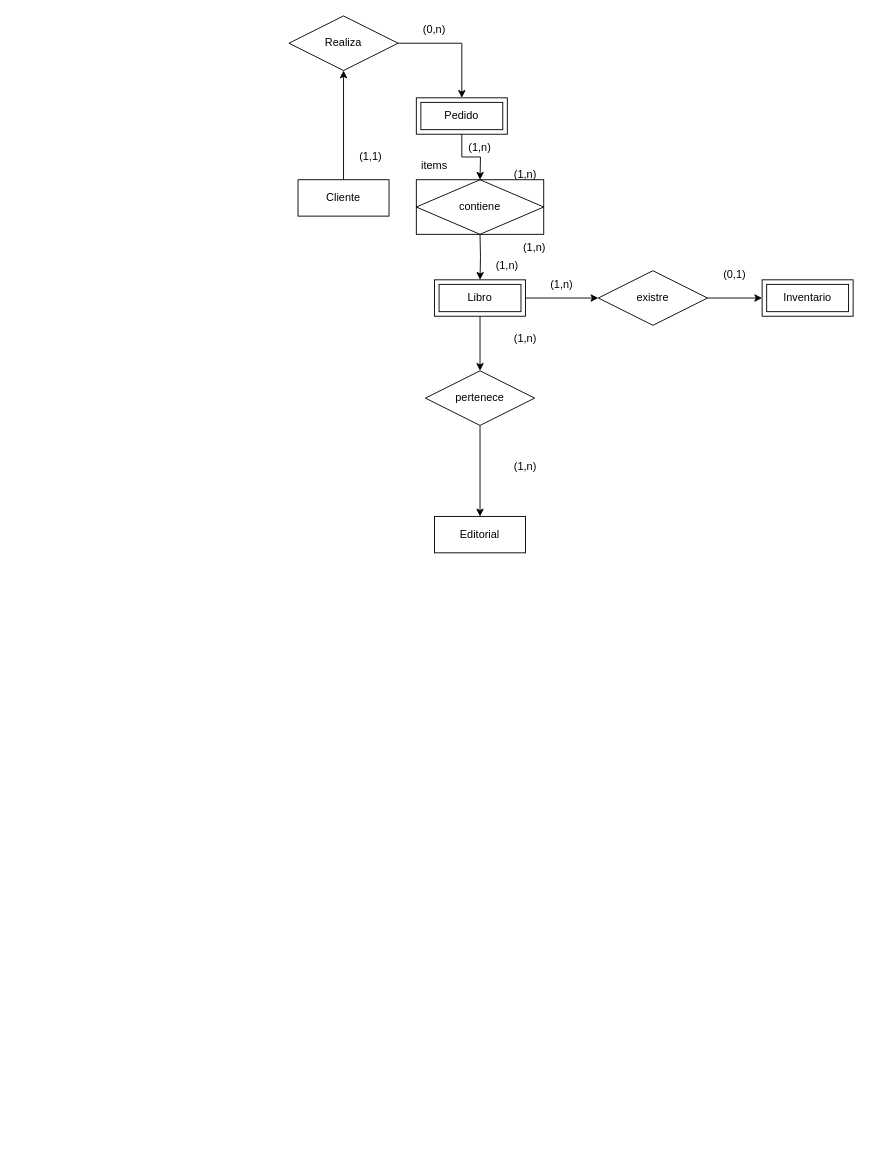
lucaperez123/CursoAlura keeps this draw.io diagram as Manejo de bases de datos.drawio. Above is the earlier version. Source tidied: cells renumbered, new cells numbered last; positions are measured from the earlier drawing's top-left corner, leaving out a move shared by most shapes. Both pictures are drawn from the tidied source at 91%, with x=0, y=0 at pixel (288, 15).
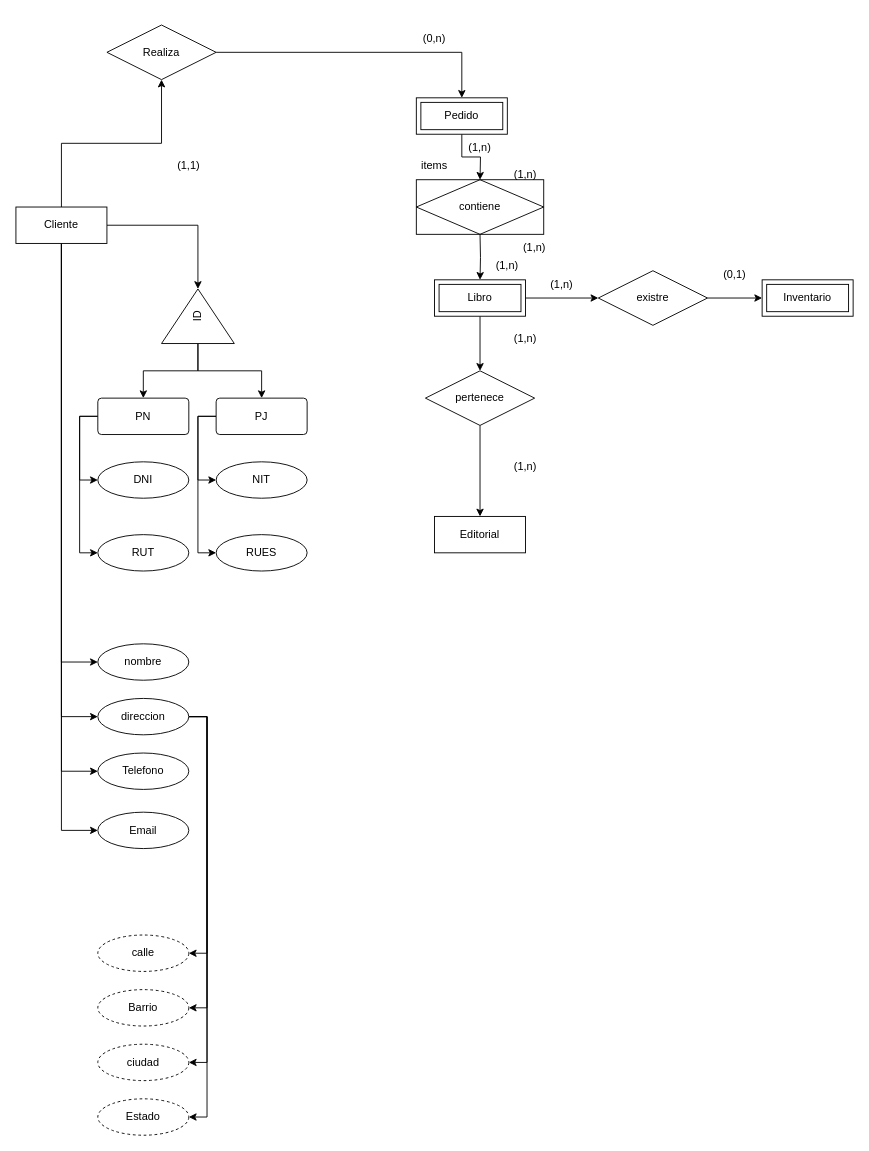
After the change.

Commit message:
agregamos atributos a persona juridica yt personal normal

What changed in the source:
```diff
@@
+    <mxCell id="30" style="edgeStyle=orthogonalEdgeStyle;rounded=0;jettySize=auto;html=1;exitX=0.5;exitY=1;exitDx=0;exitDy=0;entryX=0;entryY=0.5;entryDx=0;entryDy=0;" parent="1" edge="1" source="3" target="35">
+      <mxGeometry relative="1" as="geometry" />
+    </mxCell>
+    <mxCell id="31" style="edgeStyle=orthogonalEdgeStyle;rounded=0;jettySize=auto;html=1;exitX=0.5;exitY=1;exitDx=0;exitDy=0;entryX=0;entryY=0.5;entryDx=0;entryDy=0;" parent="1" edge="1" source="3" target="40">
+      <mxGeometry relative="1" as="geometry" />
+    </mxCell>
+    <mxCell id="32" style="edgeStyle=orthogonalEdgeStyle;rounded=0;jettySize=auto;html=1;entryX=0;entryY=0.5;entryDx=0;entryDy=0;" parent="1" edge="1" source="3" target="41">
+      <mxGeometry relative="1" as="geometry" />
+    </mxCell>
+    <mxCell id="33" style="edgeStyle=orthogonalEdgeStyle;rounded=0;jettySize=auto;html=1;exitX=0.5;exitY=1;exitDx=0;exitDy=0;entryX=0;entryY=0.5;entryDx=0;entryDy=0;" parent="1" edge="1" source="3" target="42">
+      <mxGeometry relative="1" as="geometry" />
+    </mxCell>
+    <mxCell id="34" style="edgeStyle=orthogonalEdgeStyle;rounded=0;jettySize=auto;html=1;exitX=1;exitY=0.5;exitDx=0;exitDy=0;entryX=1;entryY=0.5;entryDx=0;entryDy=0;" parent="1" edge="1" source="3" target="49">
+      <mxGeometry relative="1" as="geometry" />
+    </mxCell>
     <mxCell id="3" value="Cliente" style="whiteSpace=wrap;html=1;align=center;" parent="1" vertex="1">
-      <mxGeometry x="10" y="180" width="100" height="40" as="geometry" />
+      <mxGeometry x="-300" y="210" width="100" height="40" as="geometry" />
     </mxCell>
@@
     <mxCell id="12" value="Realiza" style="shape=rhombus;perimeter=rhombusPerimeter;whiteSpace=wrap;html=1;align=center;" parent="1" vertex="1">
-      <mxGeometry width="120" height="60" as="geometry" />
+      <mxGeometry x="-200" y="10" width="120" height="60" as="geometry" />
     </mxCell>
     <mxCell id="13" value="(1,1)" style="text;html=1;align=center;verticalAlign=middle;whiteSpace=wrap;rounded=0;" parent="1" vertex="1">
-      <mxGeometry x="60" y="140" width="60" height="30" as="geometry" />
+      <mxGeometry x="-140" y="150" width="60" height="30" as="geometry" />
     </mxCell>
     <mxCell id="14" value="(0,n)" style="text;html=1;align=center;verticalAlign=middle;whiteSpace=wrap;rounded=0;" parent="1" vertex="1">
-      <mxGeometry x="130" width="60" height="30" as="geometry" />
+      <mxGeometry x="130" y="10" width="60" height="30" as="geometry" />
     </mxCell>
@@
+    <mxCell id="35" value="nombre" style="ellipse;whiteSpace=wrap;html=1;align=center;" parent="1" vertex="1">
+      <mxGeometry x="-210" y="690" width="100" height="40" as="geometry" />
+    </mxCell>
+    <mxCell id="36" style="edgeStyle=orthogonalEdgeStyle;rounded=0;jettySize=auto;html=1;exitX=1;exitY=0.5;exitDx=0;exitDy=0;entryX=1;entryY=0.5;entryDx=0;entryDy=0;" parent="1" edge="1" source="40" target="43">
+      <mxGeometry relative="1" as="geometry" />
+    </mxCell>
+    <mxCell id="37" style="edgeStyle=orthogonalEdgeStyle;rounded=0;jettySize=auto;html=1;exitX=1;exitY=0.5;exitDx=0;exitDy=0;entryX=1;entryY=0.5;entryDx=0;entryDy=0;" parent="1" edge="1" source="40" target="44">
+      <mxGeometry relative="1" as="geometry" />
+    </mxCell>
+    <mxCell id="38" style="edgeStyle=orthogonalEdgeStyle;rounded=0;jettySize=auto;html=1;exitX=1;exitY=0.5;exitDx=0;exitDy=0;entryX=1;entryY=0.5;entryDx=0;entryDy=0;" parent="1" edge="1" source="40" target="45">
+      <mxGeometry relative="1" as="geometry" />
+    </mxCell>
+    <mxCell id="39" style="edgeStyle=orthogonalEdgeStyle;rounded=0;jettySize=auto;html=1;exitX=1;exitY=0.5;exitDx=0;exitDy=0;entryX=1;entryY=0.5;entryDx=0;entryDy=0;" parent="1" edge="1" source="40" target="46">
+      <mxGeometry relative="1" as="geometry" />
+    </mxCell>
+    <mxCell id="40" value="direccion" style="ellipse;whiteSpace=wrap;html=1;align=center;" parent="1" vertex="1">
+      <mxGeometry x="-210" y="750" width="100" height="40" as="geometry" />
+    </mxCell>
+    <mxCell id="41" value="Telefono" style="ellipse;whiteSpace=wrap;html=1;align=center;" parent="1" vertex="1">
+      <mxGeometry x="-210" y="810" width="100" height="40" as="geometry" />
+    </mxCell>
+    <mxCell id="42" value="Email" style="ellipse;whiteSpace=wrap;html=1;align=center;" parent="1" vertex="1">
+      <mxGeometry x="-210" y="875" width="100" height="40" as="geometry" />
+    </mxCell>
+    <mxCell id="43" value="calle" style="ellipse;whiteSpace=wrap;html=1;align=center;dashed=1;" parent="1" vertex="1">
+      <mxGeometry x="-210" y="1010" width="100" height="40" as="geometry" />
+    </mxCell>
+    <mxCell id="44" value="Barrio" style="ellipse;whiteSpace=wrap;html=1;align=center;dashed=1;" parent="1" vertex="1">
+      <mxGeometry x="-210" y="1070" width="100" height="40" as="geometry" />
+    </mxCell>
+    <mxCell id="45" value="ciudad" style="ellipse;whiteSpace=wrap;html=1;align=center;dashed=1;" parent="1" vertex="1">
+      <mxGeometry x="-210" y="1130" width="100" height="40" as="geometry" />
+    </mxCell>
+    <mxCell id="46" value="Estado" style="ellipse;whiteSpace=wrap;html=1;align=center;dashed=1;" parent="1" vertex="1">
+      <mxGeometry x="-210" y="1190" width="100" height="40" as="geometry" />
+    </mxCell>
+    <mxCell id="47" style="edgeStyle=orthogonalEdgeStyle;rounded=0;jettySize=auto;html=1;exitX=0;exitY=0.5;exitDx=0;exitDy=0;entryX=0.5;entryY=0;entryDx=0;entryDy=0;" parent="1" edge="1" source="49" target="55">
+      <mxGeometry relative="1" as="geometry" />
+    </mxCell>
+    <mxCell id="48" style="edgeStyle=orthogonalEdgeStyle;rounded=0;jettySize=auto;html=1;exitX=0;exitY=0.5;exitDx=0;exitDy=0;entryX=0.5;entryY=0;entryDx=0;entryDy=0;" parent="1" edge="1" source="49" target="52">
+      <mxGeometry relative="1" as="geometry" />
+    </mxCell>
+    <mxCell id="49" value="ID" style="triangle;whiteSpace=wrap;html=1;rotation=-90;" parent="1" vertex="1">
+      <mxGeometry x="-130" y="290" width="60" height="80" as="geometry" />
+    </mxCell>
+    <mxCell id="50" style="edgeStyle=orthogonalEdgeStyle;rounded=0;jettySize=auto;html=1;exitX=0;exitY=0.5;exitDx=0;exitDy=0;entryX=0;entryY=0.5;entryDx=0;entryDy=0;" parent="1" edge="1" source="52" target="58">
+      <mxGeometry relative="1" as="geometry" />
+    </mxCell>
+    <mxCell id="51" style="edgeStyle=orthogonalEdgeStyle;rounded=0;jettySize=auto;html=1;exitX=0;exitY=0.5;exitDx=0;exitDy=0;entryX=0;entryY=0.5;entryDx=0;entryDy=0;" parent="1" edge="1" source="52" target="59">
+      <mxGeometry relative="1" as="geometry" />
+    </mxCell>
+    <mxCell id="52" value="PJ" style="rounded=1;arcSize=10;whiteSpace=wrap;html=1;align=center;" parent="1" vertex="1">
+      <mxGeometry x="-80" y="420" width="100" height="40" as="geometry" />
+    </mxCell>
+    <mxCell id="53" style="edgeStyle=orthogonalEdgeStyle;rounded=0;jettySize=auto;html=1;exitX=0;exitY=0.5;exitDx=0;exitDy=0;entryX=0;entryY=0.5;entryDx=0;entryDy=0;" parent="1" edge="1" source="55" target="56">
+      <mxGeometry relative="1" as="geometry" />
+    </mxCell>
+    <mxCell id="54" style="edgeStyle=orthogonalEdgeStyle;rounded=0;jettySize=auto;html=1;exitX=0;exitY=0.5;exitDx=0;exitDy=0;entryX=0;entryY=0.5;entryDx=0;entryDy=0;" parent="1" edge="1" source="55" target="57">
+      <mxGeometry relative="1" as="geometry" />
+    </mxCell>
+    <mxCell id="55" value="PN" style="rounded=1;arcSize=10;whiteSpace=wrap;html=1;align=center;" parent="1" vertex="1">
+      <mxGeometry x="-210" y="420" width="100" height="40" as="geometry" />
+    </mxCell>
+    <mxCell id="56" value="DNI" style="ellipse;whiteSpace=wrap;html=1;align=center;" parent="1" vertex="1">
+      <mxGeometry x="-210" y="490" width="100" height="40" as="geometry" />
+    </mxCell>
+    <mxCell id="57" value="RUT" style="ellipse;whiteSpace=wrap;html=1;align=center;" parent="1" vertex="1">
+      <mxGeometry x="-210" y="570" width="100" height="40" as="geometry" />
+    </mxCell>
+    <mxCell id="58" value="NIT" style="ellipse;whiteSpace=wrap;html=1;align=center;" parent="1" vertex="1">
+      <mxGeometry x="-80" y="490" width="100" height="40" as="geometry" />
+    </mxCell>
+    <mxCell id="59" value="RUES" style="ellipse;whiteSpace=wrap;html=1;align=center;" parent="1" vertex="1">
+      <mxGeometry x="-80" y="570" width="100" height="40" as="geometry" />
+    </mxCell>
+    <mxCell id="60" style="edgeStyle=orthogonalEdgeStyle;rounded=0;orthogonalLoop=1;jettySize=auto;html=1;exitX=0.5;exitY=1;exitDx=0;exitDy=0;" parent="1" edge="1" source="55" target="55">
+      <mxGeometry relative="1" as="geometry" />
+    </mxCell>
```
